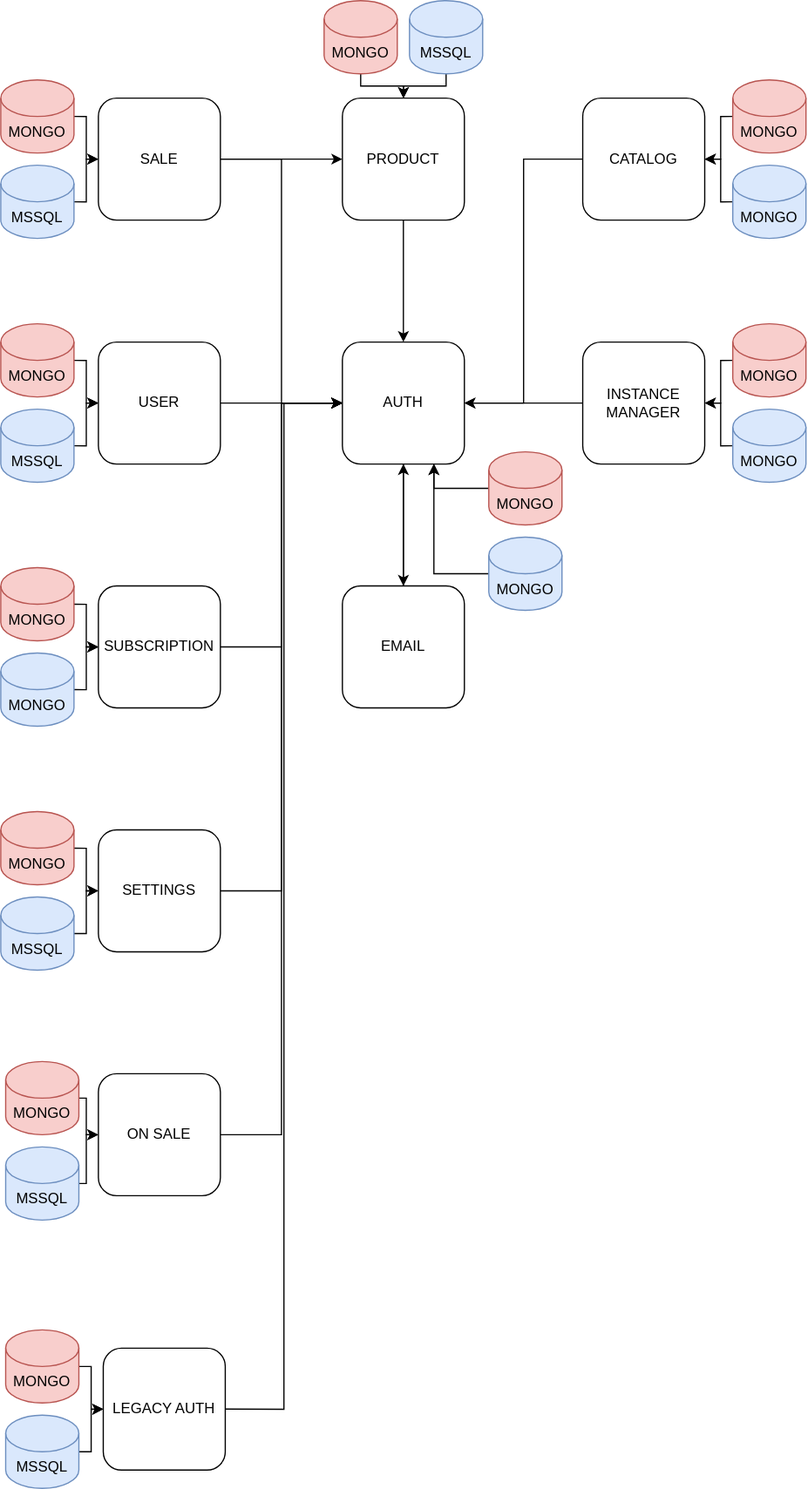
alphasistemas/aPIDoc keeps this draw.io diagram as images/APIs.drawio.svg. Above is the earlier version. Source tidied: cells renumbered, new cells last; positions are measured from the earlier drawing's top-left corner, leaving out a move shared by most shapes.
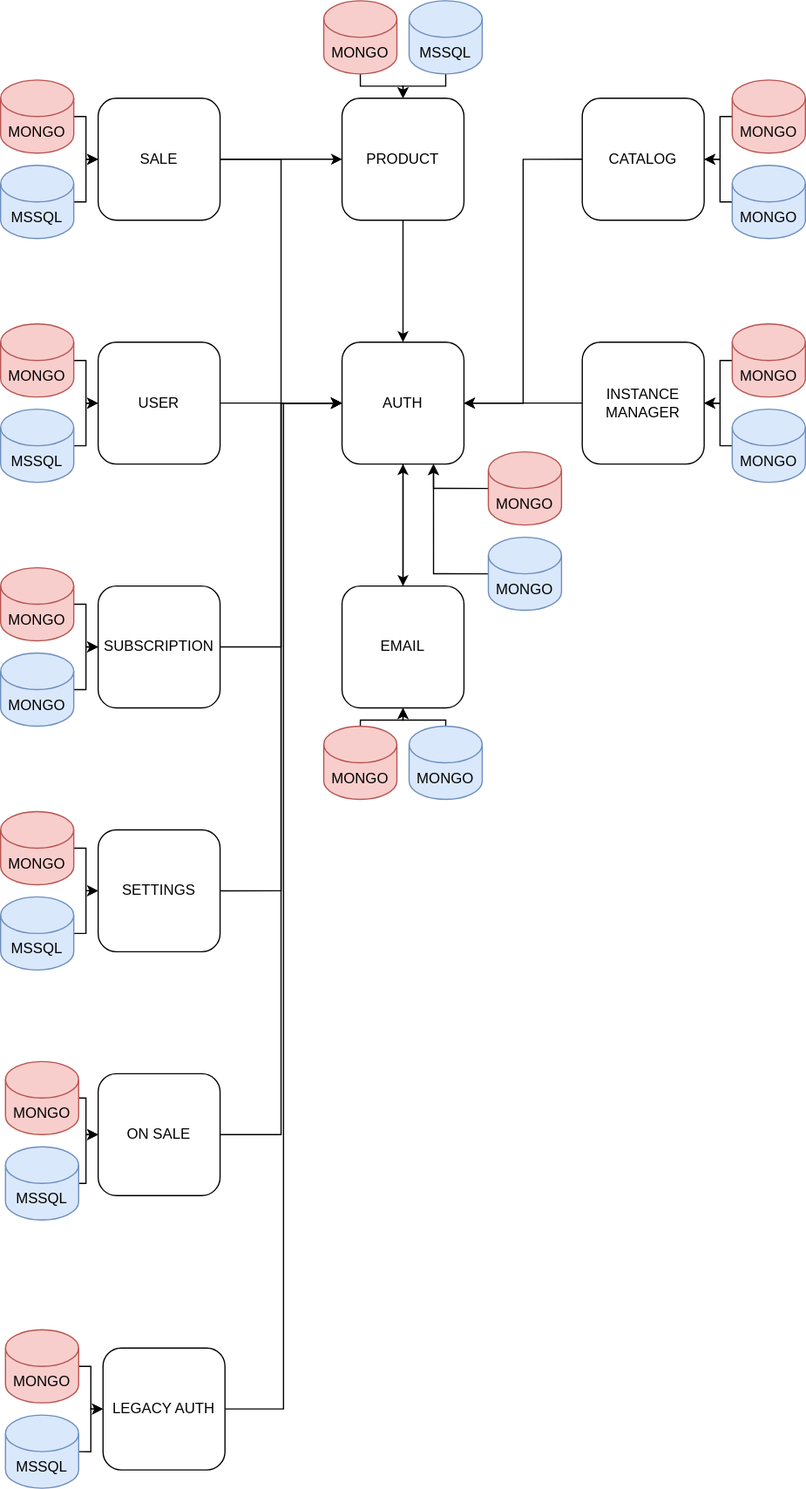
After the change.

What changed in the source:
```diff
@@ -287,5 +287,27 @@
     <mxCell id="64" value="MSSQL" style="shape=cylinder3;whiteSpace=wrap;html=1;boundedLbl=1;backgroundOutline=1;size=15;fillColor=#dae8fc;strokeColor=#6c8ebf;" parent="1" vertex="1">
       <mxGeometry x="335" width="60" height="60" as="geometry" />
     </mxCell>
+    <mxCell id="65" style="edgeStyle=orthogonalEdgeStyle;rounded=0;jettySize=auto;html=1;exitX=0.5;exitY=0;exitDx=0;exitDy=0;exitPerimeter=0;entryX=0.5;entryY=1;entryDx=0;entryDy=0;" parent="1" edge="1" source="66" target="22">
+      <mxGeometry relative="1" as="geometry">
+        <Array as="points">
+          <mxPoint x="295" y="590" />
+          <mxPoint x="330" y="590" />
+        </Array>
+      </mxGeometry>
+    </mxCell>
+    <mxCell id="66" value="MONGO" style="shape=cylinder3;whiteSpace=wrap;html=1;boundedLbl=1;backgroundOutline=1;size=15;fillColor=#f8cecc;strokeColor=#b85450;" parent="1" vertex="1">
+      <mxGeometry x="265" y="595" width="60" height="60" as="geometry" />
+    </mxCell>
+    <mxCell id="67" style="edgeStyle=orthogonalEdgeStyle;rounded=0;jettySize=auto;html=1;exitX=0.5;exitY=0;exitDx=0;exitDy=0;exitPerimeter=0;entryX=0.5;entryY=1;entryDx=0;entryDy=0;" parent="1" edge="1" source="68" target="22">
+      <mxGeometry relative="1" as="geometry">
+        <Array as="points">
+          <mxPoint x="365" y="590" />
+          <mxPoint x="330" y="590" />
+        </Array>
+      </mxGeometry>
+    </mxCell>
+    <mxCell id="68" value="MONGO" style="shape=cylinder3;whiteSpace=wrap;html=1;boundedLbl=1;backgroundOutline=1;size=15;fillColor=#dae8fc;strokeColor=#6c8ebf;" parent="1" vertex="1">
+      <mxGeometry x="335" y="595" width="60" height="60" as="geometry" />
+    </mxCell>
   </root>
 </mxGraphModel>
```
